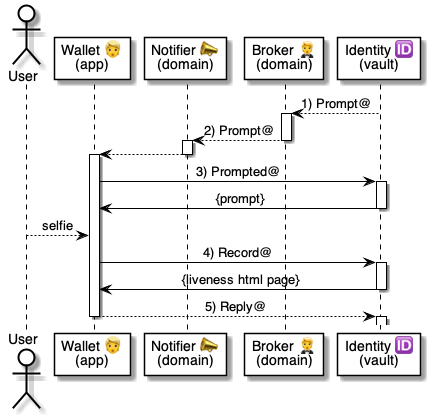
pollyweb-org/pollyweb-docs keeps this PlantUML diagram as 5 ⏩ Flows/55 🆔⏩ Identities/.📎 Assets/⚙️ Selfie.png. Above is the earlier version. Its source is kept beside it as 5 ⏩ Flows/55 🆔⏩ Identities/.📎 Assets/⚙️ Selfie.puml.
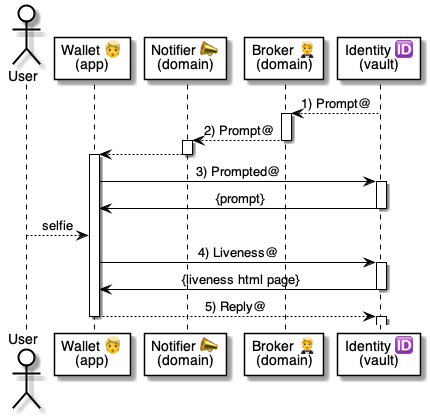
Above is the later version.

Diff of the diagram source:
```diff
@@ -25,7 +25,7 @@
     deactivate identity
 
     user --> wallet: selfie
-    wallet -> identity: 4) Record@
+    wallet -> identity: 4) Liveness@
 
     activate identity
         identity -> wallet: {liveness html page}
```
